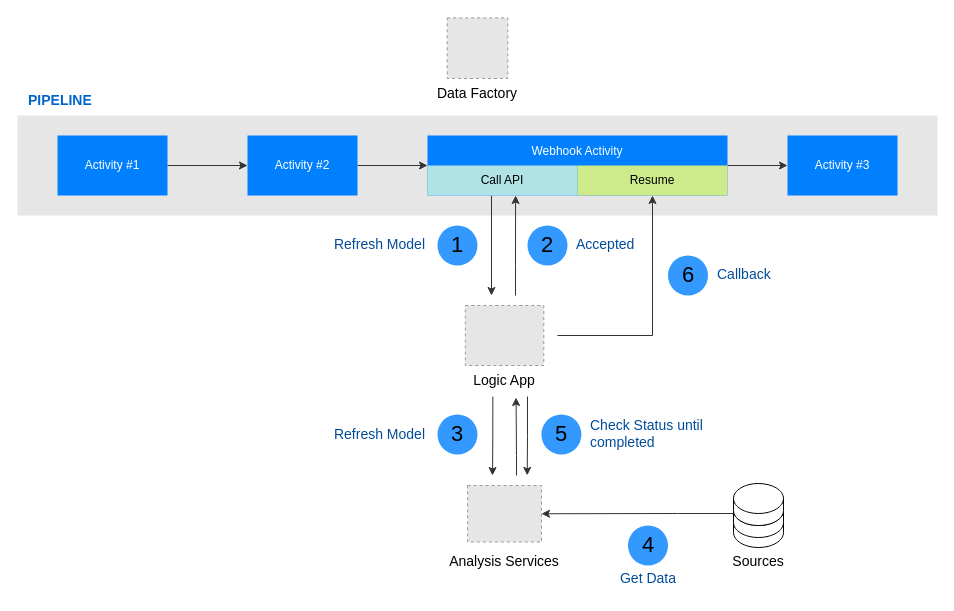
MarczakIO/azure-enterprise-templates keeps this draw.io diagram as page "Page-2" (2 of 2) of data-factory/refresh-analysis-services-logic-app/images/aas-refresh.drawio. Above is the earlier version. Source tidied: cells renumbered, new cells numbered last; positions are measured from the earlier drawing's top-left corner, leaving out a move shared by most shapes. Both pictures are drawn from the tidied source at 100%, with x=0, y=0 at pixel (17, 17). Pictures stored in the file or linked from it are replaced by grey dashed boxes.
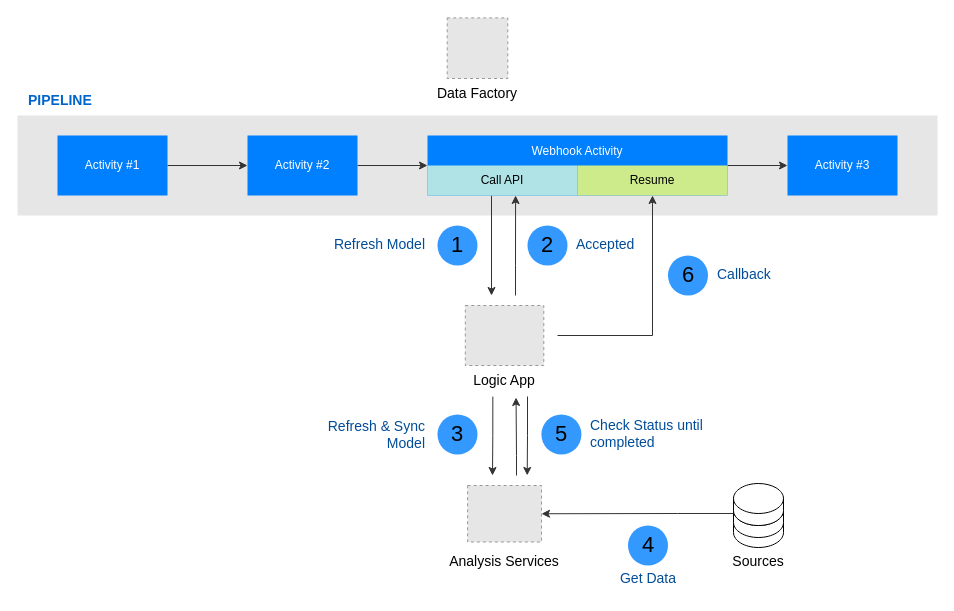
The same diagram, later.

What changed in the source:
```diff
@@
-    <mxCell id="31" value="Refresh Model" style="text;html=1;strokeColor=none;fillColor=none;align=right;verticalAlign=middle;whiteSpace=wrap;rounded=0;fontSize=14;fontColor=#004C99;" parent="1" vertex="1">
+    <mxCell id="31" value="Refresh &amp;amp; Sync Model" style="text;html=1;strokeColor=none;fillColor=none;align=right;verticalAlign=middle;whiteSpace=wrap;rounded=0;fontSize=14;fontColor=#004C99;" parent="1" vertex="1">
       <mxGeometry x="280" y="402" width="130" height="30" as="geometry" />
     </mxCell>
```
